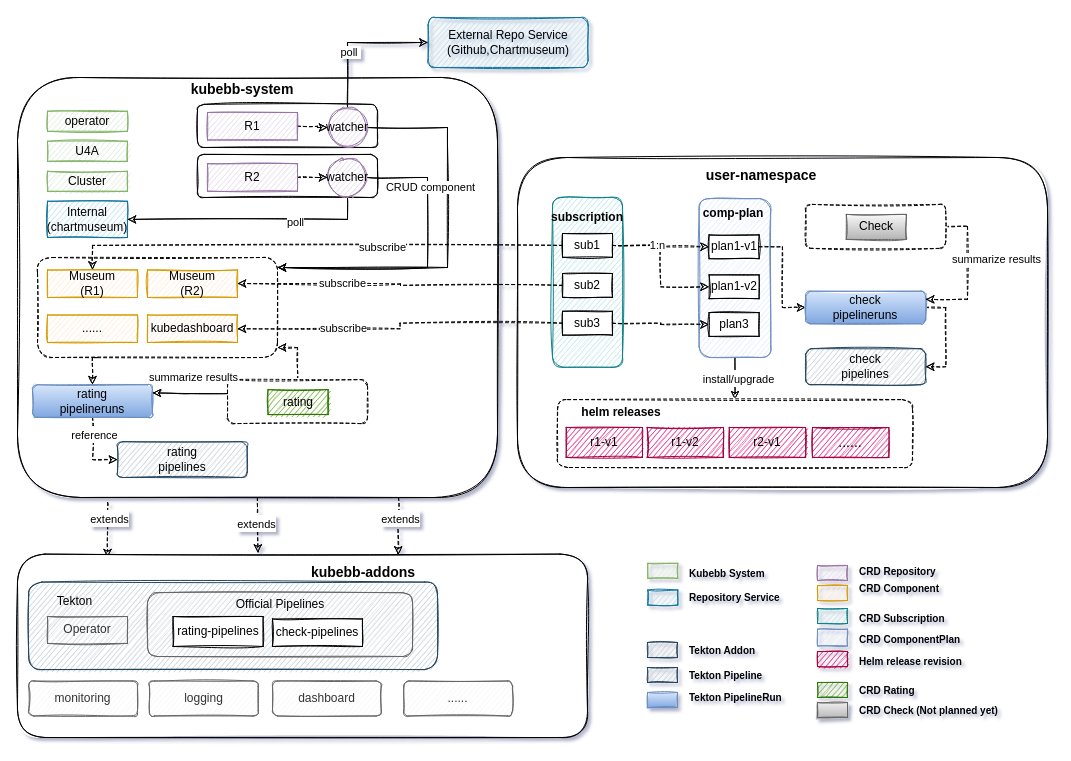
This is assets/arch.drawio from kubebb/core, a draw.io file, before an edit. Source tidied: cells renumbered, new cells numbered last; positions are measured from the earlier drawing's top-left corner, leaving out a move shared by most shapes. Both pictures are drawn from the tidied source at 100%, with x=0, y=0 at pixel (17, 17).
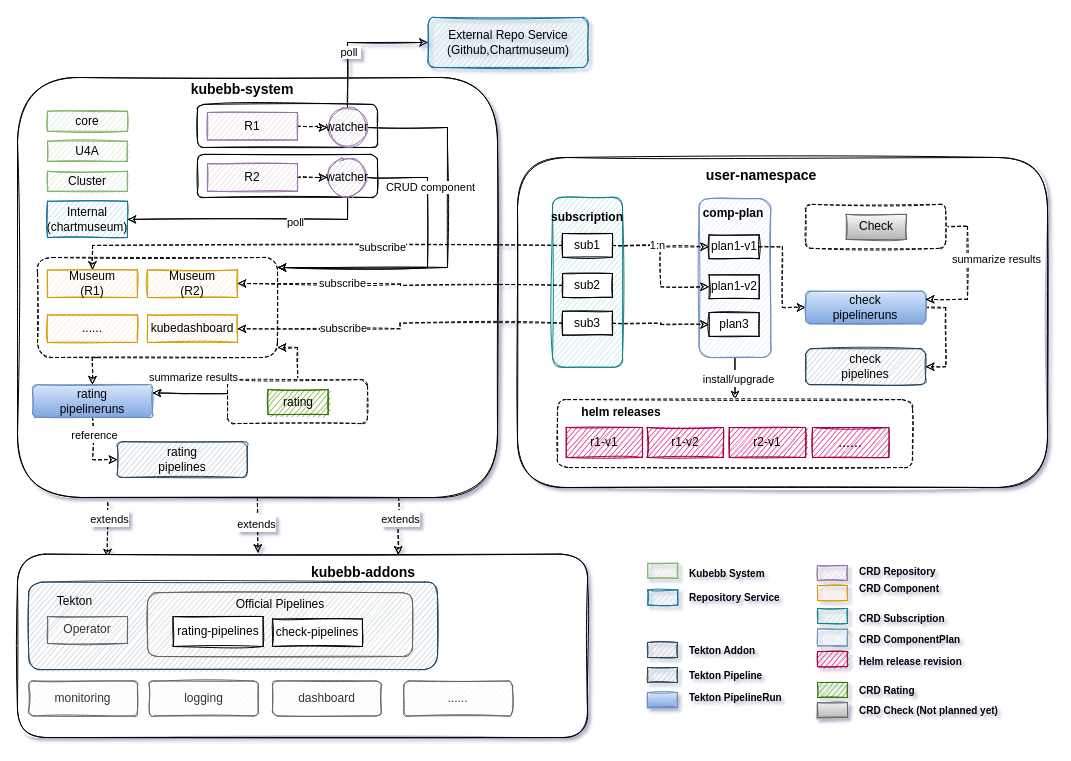
The same diagram, later.

Diff of the diagram source:
```diff
@@
-    <mxCell id="44" value="operator" style="rounded=0;whiteSpace=wrap;html=1;fillColor=#d5e8d4;strokeColor=#82b366;sketch=1;" parent="1" vertex="1">
+    <mxCell id="44" value="core" style="rounded=0;whiteSpace=wrap;html=1;fillColor=#d5e8d4;strokeColor=#82b366;sketch=1;" parent="1" vertex="1">
       <mxGeometry x="30" y="93.8" width="80" height="20" as="geometry" />
     </mxCell>
```
